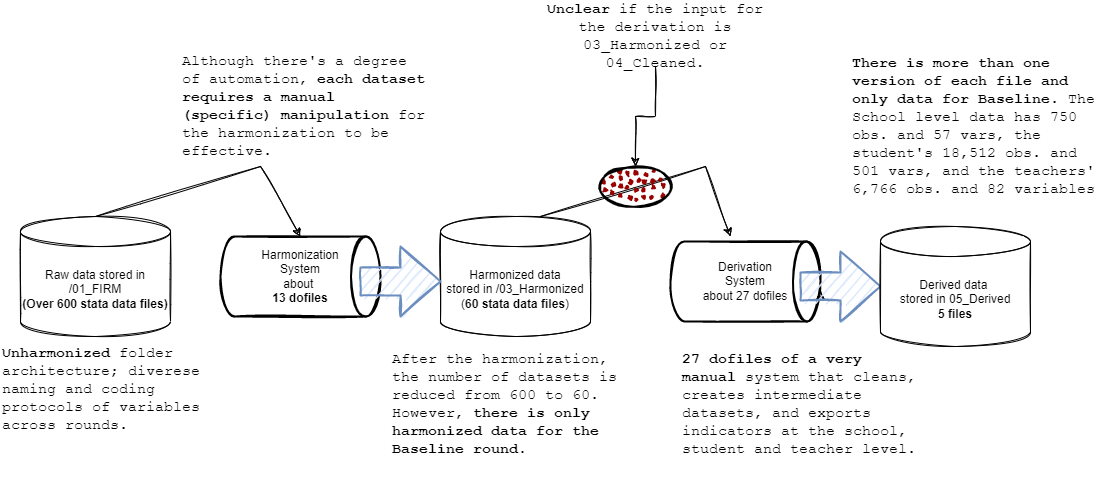
Above: report/Untitled Diagram.drawio.png in araupontones/MLS_concept (draw.io), before the change. Source tidied: cells renumbered, new cells last; positions are measured from the earlier drawing's top-left corner, leaving out a move shared by most shapes.
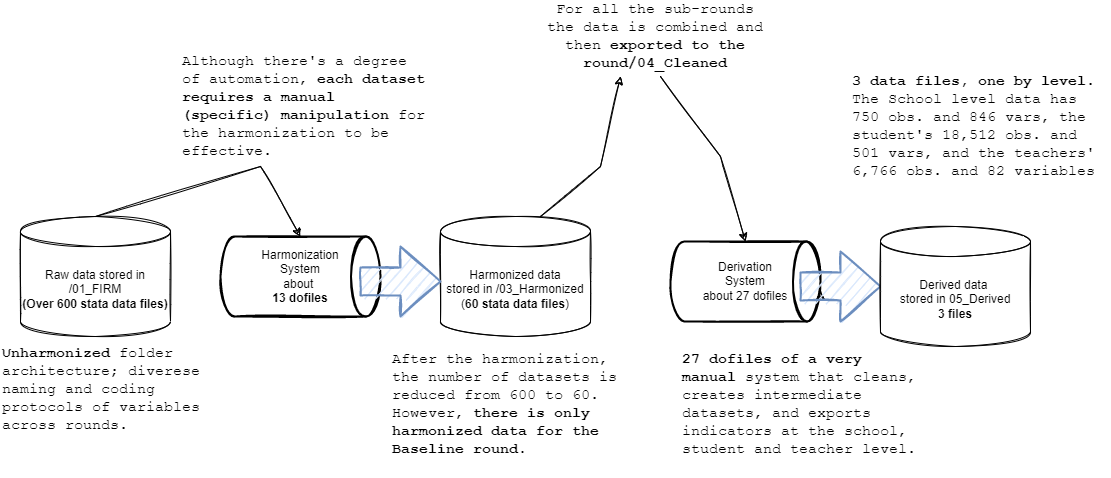
The same file after the commit.

Diff of the diagram source:
```diff
@@ -33,38 +33,39 @@
     <mxCell id="10" value="&lt;span style=&quot;font-weight: normal&quot;&gt;Derivation&lt;br&gt;System&lt;br&gt;about 27 dofiles&lt;/span&gt;" style="strokeWidth=2;html=1;shape=mxgraph.flowchart.direct_data;align=center;verticalAlign=middle;whiteSpace=wrap;fontStyle=1;sketch=1;" parent="1" vertex="1">
       <mxGeometry x="670" y="235" width="150" height="80" as="geometry" />
     </mxCell>
-    <mxCell id="11" style="endArrow=classic;html=1;rounded=0;exitX=0.5;exitY=0;exitDx=0;exitDy=0;exitPerimeter=0;sketch=1;" parent="1" edge="1">
+    <mxCell id="11" style="endArrow=classic;html=1;rounded=0;exitX=0.5;exitY=0;exitDx=0;exitDy=0;exitPerimeter=0;sketch=1;entryX=0.348;entryY=1.167;entryDx=0;entryDy=0;entryPerimeter=0;" parent="1" edge="1" target="16">
       <mxGeometry relative="1" as="geometry">
         <mxPoint x="540" y="210" as="sourcePoint" />
-        <mxPoint x="730" y="230" as="targetPoint" />
         <Array as="points">
-          <mxPoint x="705" y="160" />
+          <mxPoint x="600" y="160" />
         </Array>
       </mxGeometry>
     </mxCell>
-    <mxCell id="12" style="ellipse;whiteSpace=wrap;html=1;strokeWidth=2;fillWeight=2;hachureGap=8;fillColor=#990000;fillStyle=dots;sketch=1;" parent="1" vertex="1">
-      <mxGeometry x="600" y="160" width="70" height="40" as="geometry" />
-    </mxCell>
     <mxCell id="13" style="edgeStyle=orthogonalEdgeStyle;rounded=0;jettySize=auto;html=1;exitX=0;exitY=0;exitDx=20;exitDy=49;exitPerimeter=0;entryX=1;entryY=0.613;entryDx=0;entryDy=0;entryPerimeter=0;sketch=1;" parent="1" edge="1" source="14" target="10">
       <mxGeometry relative="1" as="geometry" />
     </mxCell>
     <mxCell id="14" style="verticalLabelPosition=bottom;verticalAlign=top;html=1;strokeWidth=2;shape=mxgraph.arrows2.arrow;dy=0.6;dx=40;notch=0;labelBackgroundColor=#D5E8D4;fillColor=#dae8fc;strokeColor=#6c8ebf;sketch=1;" parent="1" vertex="1">
       <mxGeometry x="800" y="245" width="80" height="70" as="geometry" />
     </mxCell>
-    <mxCell id="15" style="edgeStyle=orthogonalEdgeStyle;rounded=0;jettySize=auto;html=1;sketch=1;" parent="1" edge="1" source="16" target="12">
-      <mxGeometry relative="1" as="geometry" />
-    </mxCell>
-    <mxCell id="16" value="&lt;font style=&quot;font-size: 15px&quot;&gt;&lt;b&gt;Unclear &lt;/b&gt;if the input for the derivation is 03_Harmonized or 04_Cleaned.&lt;/font&gt;" style="text;html=1;strokeColor=none;fillColor=none;align=center;verticalAlign=middle;whiteSpace=wrap;rounded=0;fontFamily=Courier New;fontSize=14;sketch=1;" parent="1" vertex="1">
+    <mxCell id="16" value="&lt;span style=&quot;font-size: 15px&quot;&gt;For all the sub-rounds the data is combined and then &lt;b&gt;exported to the round/04_Cleaned&lt;/b&gt;&lt;/span&gt;" style="text;html=1;strokeColor=none;fillColor=none;align=center;verticalAlign=middle;whiteSpace=wrap;rounded=0;fontFamily=Courier New;fontSize=14;sketch=1;" parent="1" vertex="1">
       <mxGeometry x="540" width="230" height="60" as="geometry" />
     </mxCell>
-    <mxCell id="17" value="Derived data&amp;nbsp;&lt;br&gt;stored in&amp;nbsp;05_Derived&lt;br&gt;&lt;b&gt;5 files&lt;/b&gt;" style="shape=cylinder3;whiteSpace=wrap;html=1;boundedLbl=1;backgroundOutline=1;size=15;sketch=1;" parent="1" vertex="1">
+    <mxCell id="17" value="Derived data&amp;nbsp;&lt;br&gt;stored in&amp;nbsp;05_Derived&lt;br&gt;&lt;b&gt;3 files&lt;/b&gt;" style="shape=cylinder3;whiteSpace=wrap;html=1;boundedLbl=1;backgroundOutline=1;size=15;sketch=1;" parent="1" vertex="1">
       <mxGeometry x="880" y="220" width="150" height="120" as="geometry" />
     </mxCell>
     <mxCell id="18" value="&lt;font style=&quot;font-size: 15px&quot;&gt;&lt;b&gt;27&lt;/b&gt; &lt;b&gt;dofiles of a very manual&lt;/b&gt; system that cleans, creates intermediate datasets, and exports indicators at the school, student and teacher level.&lt;/font&gt;" style="text;html=1;strokeColor=none;fillColor=none;align=left;verticalAlign=middle;whiteSpace=wrap;rounded=0;fontFamily=Courier New;fontSize=14;sketch=1;" parent="1" vertex="1">
       <mxGeometry x="680" y="325" width="240" height="146" as="geometry" />
     </mxCell>
-    <mxCell id="19" value="&lt;font style=&quot;font-size: 15px&quot;&gt;&lt;b&gt;There is more than one version of each file and only data for Baseline&lt;/b&gt;. The School level data has 750 obs. and 57 vars, the student's 18,512 obs. and 501 vars, and the teachers' 6,766 obs. and 82 variables&lt;/font&gt;" style="text;html=1;strokeColor=none;fillColor=none;align=left;verticalAlign=middle;whiteSpace=wrap;rounded=0;fontFamily=Courier New;fontSize=14;sketch=1;" parent="1" vertex="1">
+    <mxCell id="19" value="&lt;font style=&quot;font-size: 15px&quot;&gt;&lt;b&gt;3 data files, one by level&lt;/b&gt;. The School level data has 750 obs. and 846 vars, the student's 18,512 obs. and 501 vars, and the teachers' 6,766 obs. and 82 variables&lt;/font&gt;" style="text;html=1;strokeColor=none;fillColor=none;align=left;verticalAlign=middle;whiteSpace=wrap;rounded=0;fontFamily=Courier New;fontSize=14;sketch=1;" parent="1" vertex="1">
       <mxGeometry x="850" y="30" width="260" height="180" as="geometry" />
     </mxCell>
+    <mxCell id="20" style="endArrow=classic;html=1;rounded=0;sketch=1;entryX=0.5;entryY=0;entryDx=0;entryDy=0;entryPerimeter=0;" parent="1" edge="1" target="10">
+      <mxGeometry relative="1" as="geometry">
+        <mxPoint x="660" y="70" as="sourcePoint" />
+        <Array as="points">
+          <mxPoint x="720" y="150" />
+        </Array>
+      </mxGeometry>
+    </mxCell>
   </root>
 </mxGraphModel>
```
